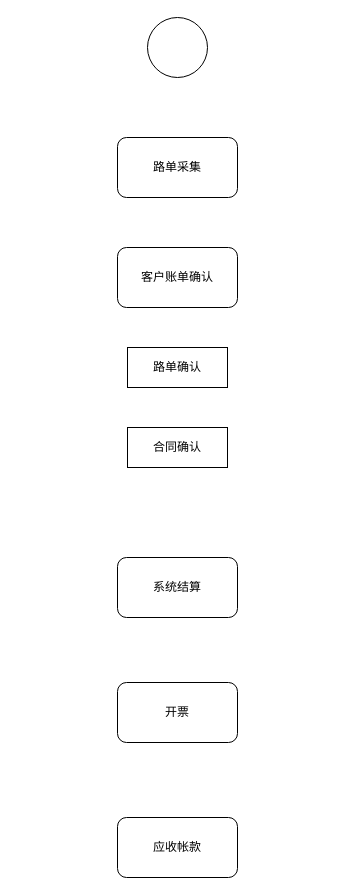
Earlier version of the draw.io diagram 结算流程图.drawio (ammengke/my-drawio). Source tidied: cells renumbered, new cells numbered last; positions are measured from the earlier drawing's top-left corner, leaving out a move shared by most shapes. Both pictures are drawn from the tidied source at 100%, with x=0, y=0 at pixel (117, 17).
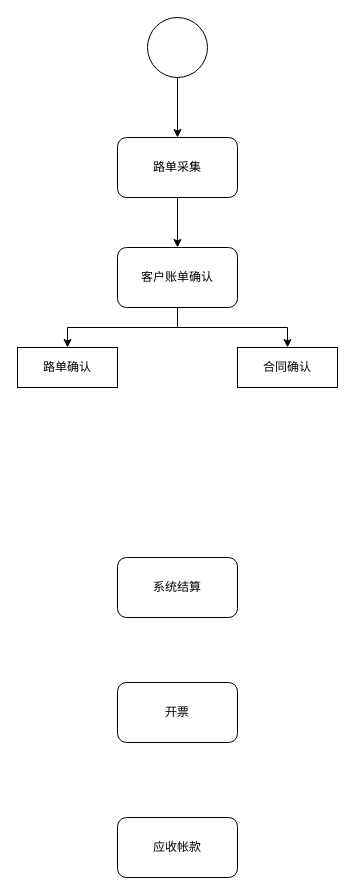
After the change.

Commit message (it also covers changes not shown here):
Update 结算流程图.drawio

Diff of the diagram source:
```diff
@@
 <mxGraphModel>
   <root>
     <mxCell id="0" />
     <mxCell id="1" parent="0" />
+    <mxCell id="10" style="edgeStyle=orthogonalEdgeStyle;rounded=0;jettySize=auto;html=1;entryX=0.5;entryY=0;entryDx=0;entryDy=0;" parent="1" edge="1" source="2" target="3">
+      <mxGeometry relative="1" as="geometry" />
+    </mxCell>
     <mxCell id="2" style="ellipse;whiteSpace=wrap;html=1;" parent="1" vertex="1">
       <mxGeometry x="30" width="60" height="60" as="geometry" />
     </mxCell>
+    <mxCell id="11" style="edgeStyle=orthogonalEdgeStyle;rounded=0;jettySize=auto;html=1;entryX=0.5;entryY=0;entryDx=0;entryDy=0;" parent="1" edge="1" source="3" target="4">
+      <mxGeometry relative="1" as="geometry" />
+    </mxCell>
     <mxCell id="3" value="路单采集" style="rounded=1;whiteSpace=wrap;html=1;" parent="1" vertex="1">
       <mxGeometry y="120" width="120" height="60" as="geometry" />
     </mxCell>
+    <mxCell id="12" style="edgeStyle=orthogonalEdgeStyle;rounded=0;jettySize=auto;html=1;entryX=0.5;entryY=0;entryDx=0;entryDy=0;" parent="1" edge="1" source="4" target="8">
+      <mxGeometry relative="1" as="geometry" />
+    </mxCell>
+    <mxCell id="13" style="edgeStyle=orthogonalEdgeStyle;rounded=0;jettySize=auto;html=1;entryX=0.5;entryY=0;entryDx=0;entryDy=0;" parent="1" edge="1" source="4" target="9">
+      <mxGeometry relative="1" as="geometry" />
+    </mxCell>
     <mxCell id="4" value="客户账单确认" style="rounded=1;whiteSpace=wrap;html=1;" parent="1" vertex="1">
       <mxGeometry y="230" width="120" height="60" as="geometry" />
     </mxCell>
     <mxCell id="5" value="系统结算" style="rounded=1;whiteSpace=wrap;html=1;" parent="1" vertex="1">
       <mxGeometry y="540" width="120" height="60" as="geometry" />
     </mxCell>
     <mxCell id="6" value="开票" style="rounded=1;whiteSpace=wrap;html=1;" parent="1" vertex="1">
       <mxGeometry y="665" width="120" height="60" as="geometry" />
     </mxCell>
     <mxCell id="7" value="应收帐款" style="rounded=1;whiteSpace=wrap;html=1;" parent="1" vertex="1">
       <mxGeometry y="800" width="120" height="60" as="geometry" />
     </mxCell>
     <mxCell id="8" value="路单确认" style="rounded=0;whiteSpace=wrap;html=1;" parent="1" vertex="1">
-      <mxGeometry x="10" y="330" width="100" height="40" as="geometry" />
+      <mxGeometry x="-100" y="330" width="100" height="40" as="geometry" />
     </mxCell>
     <mxCell id="9" value="合同确认" style="rounded=0;whiteSpace=wrap;html=1;" parent="1" vertex="1">
-      <mxGeometry x="10" y="410" width="100" height="40" as="geometry" />
+      <mxGeometry x="120" y="330" width="100" height="40" as="geometry" />
     </mxCell>
   </root>
 </mxGraphModel>
```
